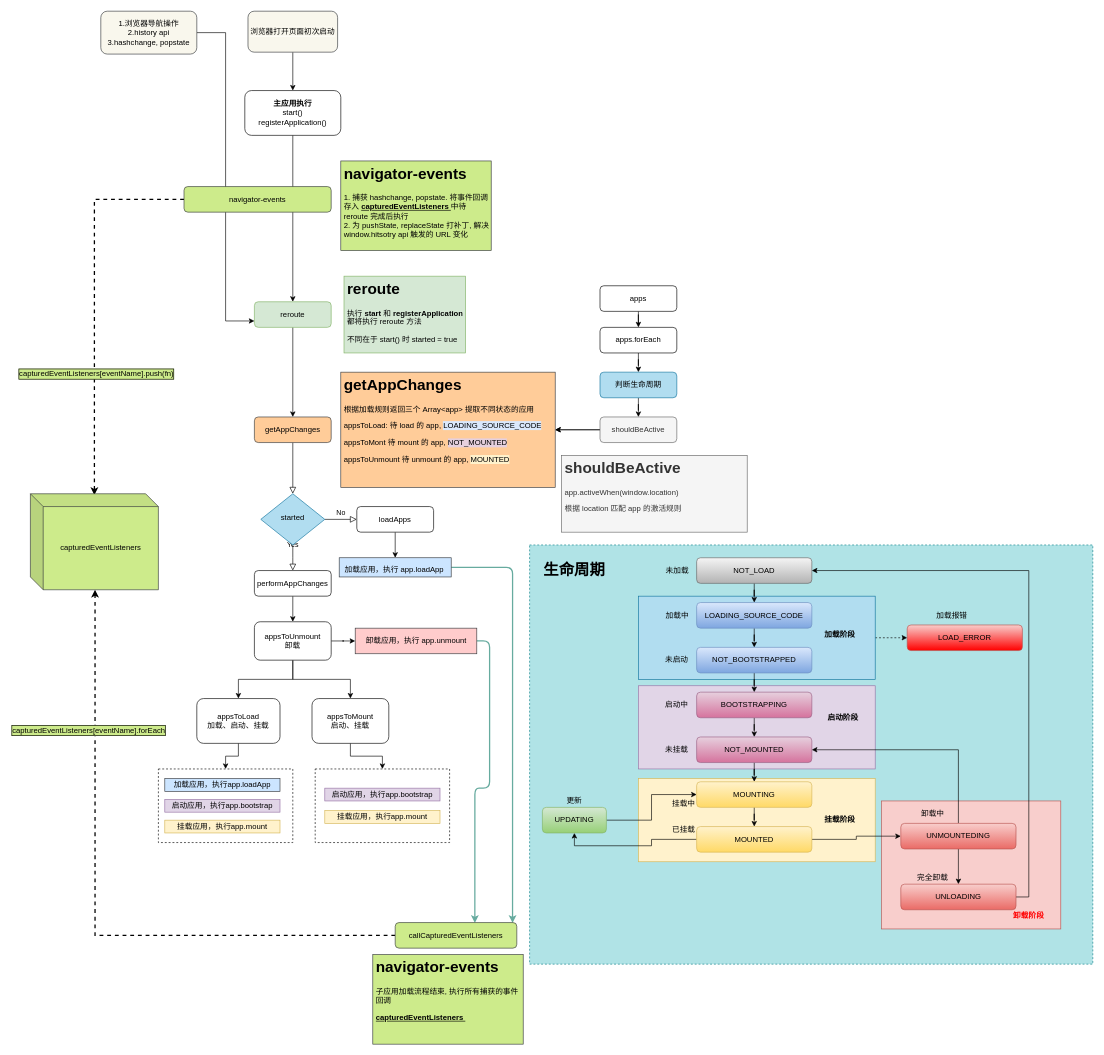
Above: rerouter.drawio in sfyr111/draw (draw.io), before the change. Source tidied: cells renumbered, new cells numbered last; positions are measured from the earlier drawing's top-left corner, leaving out a move shared by most shapes. Both pictures are drawn from the tidied source at 64%, with x=0, y=0 at pixel (30, 11).
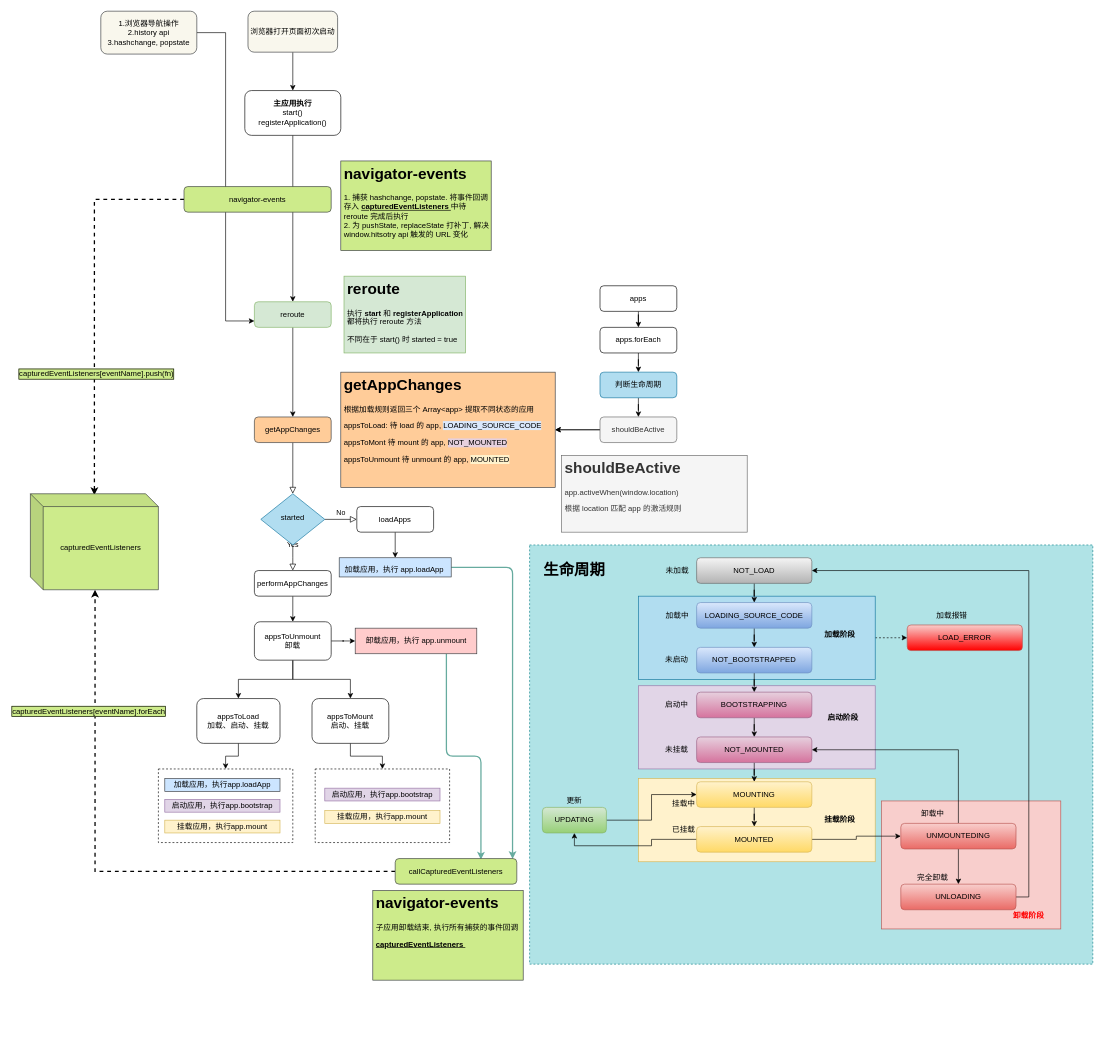
After the change.

Unchanged cells that the change refers to:
```xml
<mxCell id="41" value="&lt;h1&gt;&lt;span style=&quot;font-size: 12px ; font-weight: normal&quot;&gt;卸载应用，执行 app.unmount&lt;/span&gt;&lt;/h1&gt;" style="text;html=1;strokeColor=#36393d;fillColor=#ffcccc;spacing=5;spacingTop=-20;whiteSpace=wrap;overflow=hidden;rounded=0;verticalAlign=bottom;align=center;" parent="1" vertex="1">
  <mxGeometry x="507.5" y="964" width="190" height="40" as="geometry" />
</mxCell>
```

The edit, as a diff of the source:
```diff
@@
-    <mxCell id="40" style="edgeStyle=orthogonalEdgeStyle;rounded=1;jettySize=auto;html=1;exitX=1;exitY=0.5;exitDx=0;exitDy=0;entryX=0.655;entryY=0.014;entryDx=0;entryDy=0;entryPerimeter=0;startArrow=none;startFill=0;strokeColor=#67AB9F;strokeWidth=2;fontSize=24;fontColor=#000000;" parent="1" edge="1" source="41" target="46">
+    <mxCell id="40" style="edgeStyle=orthogonalEdgeStyle;rounded=1;jettySize=auto;html=1;exitX=0.75;exitY=1;exitDx=0;exitDy=0;entryX=0.705;entryY=0.041;entryDx=0;entryDy=0;entryPerimeter=0;startArrow=none;startFill=0;strokeColor=#67AB9F;strokeWidth=2;fontSize=24;fontColor=#000000;" parent="1" edge="1" source="41" target="46">
       <mxGeometry relative="1" as="geometry" />
     </mxCell>
@@
     <mxCell id="46" value="callCapturedEventListeners" style="rounded=1;whiteSpace=wrap;html=1;fontSize=12;glass=0;strokeWidth=1;shadow=0;fillColor=#cdeb8b;strokeColor=#36393d;" parent="1" vertex="1">
-      <mxGeometry x="570" y="1424" width="190" height="40" as="geometry" />
+      <mxGeometry x="570" y="1324" width="190" height="40" as="geometry" />
     </mxCell>
@@
-    <mxCell id="51" value="&lt;h1&gt;navigator-events&lt;/h1&gt;&lt;p&gt;子应用加载流程结束, 执行所有捕获的事件回调&lt;/p&gt;&lt;u style=&quot;font-weight: bold&quot;&gt;capturedEventListeners&amp;nbsp;&lt;/u&gt;" style="text;html=1;strokeColor=#36393d;fillColor=#cdeb8b;spacing=5;spacingTop=-20;whiteSpace=wrap;overflow=hidden;rounded=0;" parent="1" vertex="1">
-      <mxGeometry x="535" y="1474" width="235" height="140" as="geometry" />
+    <mxCell id="51" value="&lt;h1&gt;navigator-events&lt;/h1&gt;&lt;p&gt;子应用卸载&lt;span&gt;结束, 执行所有捕获的事件回调&lt;/span&gt;&lt;/p&gt;&lt;u style=&quot;font-weight: bold&quot;&gt;capturedEventListeners&amp;nbsp;&lt;/u&gt;" style="text;html=1;strokeColor=#36393d;fillColor=#cdeb8b;spacing=5;spacingTop=-20;whiteSpace=wrap;overflow=hidden;rounded=0;" parent="1" vertex="1">
+      <mxGeometry x="535" y="1374" width="235" height="140" as="geometry" />
     </mxCell>
```
